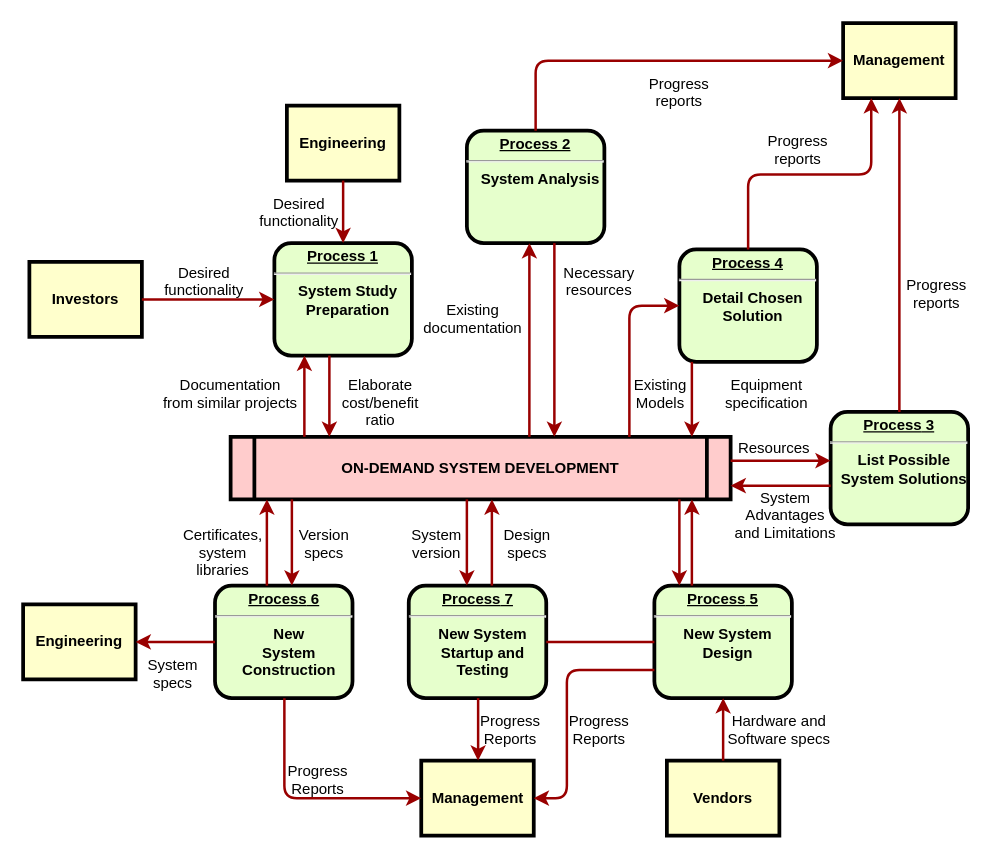
This is Untitled Diagram.drawio from vk567/vk567, a draw.io file, before an edit. Source tidied: cells renumbered, new cells numbered last; positions are measured from the earlier drawing's top-left corner, leaving out a move shared by most shapes. Both pictures are drawn from the tidied source at 125%, with x=0, y=0 at pixel (22, 22).
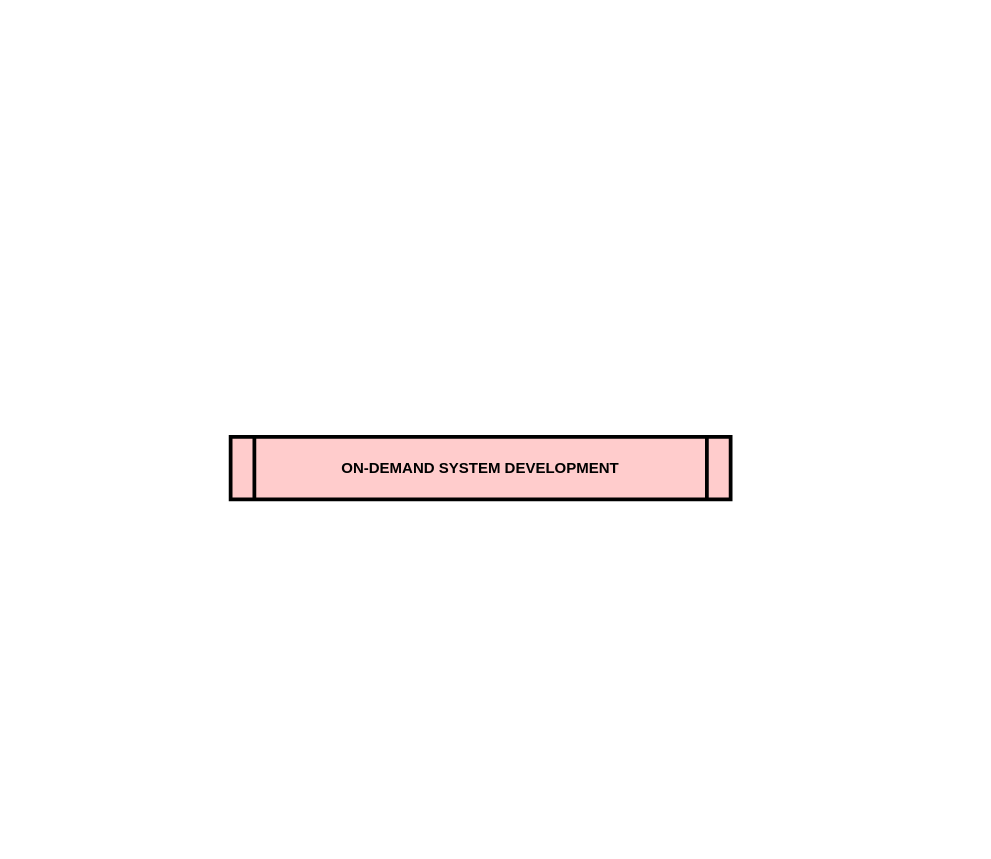
After the change.

Unchanged cells that the change refers to:
```xml
<mxCell id="5" value="ON-DEMAND SYSTEM DEVELOPMENT" style="shape=process;whiteSpace=wrap;align=center;verticalAlign=middle;size=0.0475;fontStyle=1;strokeWidth=3;fillColor=#FFCCCC;" parent="1" vertex="1">
  <mxGeometry x="166" y="331" width="400" height="50" as="geometry" />
</mxCell>
```

The edit, as a diff of the source:
```diff
@@
-    <mxCell id="2" value="&lt;p style=&quot;margin: 0px; margin-top: 4px; text-align: center; text-decoration: underline;&quot;&gt;&lt;strong&gt;Process 1&lt;br /&gt;&lt;/strong&gt;&lt;/p&gt;&lt;hr /&gt;&lt;p style=&quot;margin: 0px; margin-left: 8px;&quot;&gt;System Study&lt;/p&gt;&lt;p style=&quot;margin: 0px; margin-left: 8px;&quot;&gt;Preparation&lt;/p&gt;" style="verticalAlign=middle;align=center;overflow=fill;fontSize=12;fontFamily=Helvetica;html=1;rounded=1;fontStyle=1;strokeWidth=3;fillColor=#E6FFCC;" parent="1" vertex="1">
-      <mxGeometry x="201" y="176" width="110" height="90" as="geometry" />
-    </mxCell>
-    <mxCell id="3" value="Engineering" style="whiteSpace=wrap;align=center;verticalAlign=middle;fontStyle=1;strokeWidth=3;fillColor=#FFFFCC;" parent="1" vertex="1">
-      <mxGeometry x="211" y="66" width="90" height="60" as="geometry" />
-    </mxCell>
-    <mxCell id="4" value="Investors" style="whiteSpace=wrap;align=center;verticalAlign=middle;fontStyle=1;strokeWidth=3;fillColor=#FFFFCC;" parent="1" vertex="1">
-      <mxGeometry x="5" y="191" width="90" height="60" as="geometry" />
-    </mxCell>
@@
-    <mxCell id="6" value="&lt;p style=&quot;margin: 0px; margin-top: 4px; text-align: center; text-decoration: underline;&quot;&gt;&lt;strong&gt;Process 2&lt;br /&gt;&lt;/strong&gt;&lt;/p&gt;&lt;hr /&gt;&lt;p style=&quot;margin: 0px; margin-left: 8px;&quot;&gt;System Analysis&lt;/p&gt;" style="verticalAlign=middle;align=center;overflow=fill;fontSize=12;fontFamily=Helvetica;html=1;rounded=1;fontStyle=1;strokeWidth=3;fillColor=#E6FFCC;" parent="1" vertex="1">
-      <mxGeometry x="355" y="86" width="110" height="90" as="geometry" />
-    </mxCell>
-    <mxCell id="7" value="&lt;p style=&quot;margin: 0px; margin-top: 4px; text-align: center; text-decoration: underline;&quot;&gt;&lt;strong&gt;&lt;strong&gt;Process&lt;/strong&gt; 3&lt;br /&gt;&lt;/strong&gt;&lt;/p&gt;&lt;hr /&gt;&lt;p style=&quot;margin: 0px; margin-left: 8px;&quot;&gt;List Possible&lt;/p&gt;&lt;p style=&quot;margin: 0px; margin-left: 8px;&quot;&gt;System Solutions&lt;/p&gt;" style="verticalAlign=middle;align=center;overflow=fill;fontSize=12;fontFamily=Helvetica;html=1;rounded=1;fontStyle=1;strokeWidth=3;fillColor=#E6FFCC;" parent="1" vertex="1">
-      <mxGeometry x="646" y="311" width="110" height="90" as="geometry" />
-    </mxCell>
-    <mxCell id="8" value="&lt;p style=&quot;margin: 0px; margin-top: 4px; text-align: center; text-decoration: underline;&quot;&gt;&lt;strong&gt;&lt;strong&gt;Process&lt;/strong&gt; 4&lt;br /&gt;&lt;/strong&gt;&lt;/p&gt;&lt;hr /&gt;&lt;p style=&quot;margin: 0px; margin-left: 8px;&quot;&gt;Detail Chosen&lt;/p&gt;&lt;p style=&quot;margin: 0px; margin-left: 8px;&quot;&gt;Solution&lt;/p&gt;" style="verticalAlign=middle;align=center;overflow=fill;fontSize=12;fontFamily=Helvetica;html=1;rounded=1;fontStyle=1;strokeWidth=3;fillColor=#E6FFCC;" parent="1" vertex="1">
-      <mxGeometry x="525" y="181" width="110" height="90" as="geometry" />
-    </mxCell>
-    <mxCell id="9" value="&lt;p style=&quot;margin: 0px; margin-top: 4px; text-align: center; text-decoration: underline;&quot;&gt;&lt;strong&gt;&lt;strong&gt;Process&lt;/strong&gt; 5&lt;br /&gt;&lt;/strong&gt;&lt;/p&gt;&lt;hr /&gt;&lt;p style=&quot;margin: 0px; margin-left: 8px;&quot;&gt;New System&lt;/p&gt;&lt;p style=&quot;margin: 0px; margin-left: 8px;&quot;&gt;Design&lt;/p&gt;" style="verticalAlign=middle;align=center;overflow=fill;fontSize=12;fontFamily=Helvetica;html=1;rounded=1;fontStyle=1;strokeWidth=3;fillColor=#E6FFCC;" parent="1" vertex="1">
-      <mxGeometry x="505" y="450" width="110" height="90" as="geometry" />
-    </mxCell>
-    <mxCell id="10" value="&lt;p style=&quot;margin: 0px; margin-top: 4px; text-align: center; text-decoration: underline;&quot;&gt;&lt;strong&gt;&lt;strong&gt;Process&lt;/strong&gt; 6&lt;br /&gt;&lt;/strong&gt;&lt;/p&gt;&lt;hr /&gt;&lt;p style=&quot;margin: 0px; margin-left: 8px;&quot;&gt;New&lt;/p&gt;&lt;p style=&quot;margin: 0px; margin-left: 8px;&quot;&gt;System&lt;/p&gt;&lt;p style=&quot;margin: 0px; margin-left: 8px;&quot;&gt;Construction&lt;/p&gt;" style="verticalAlign=middle;align=center;overflow=fill;fontSize=12;fontFamily=Helvetica;html=1;rounded=1;fontStyle=1;strokeWidth=3;fillColor=#E6FFCC;" parent="1" vertex="1">
-      <mxGeometry x="153.5" y="450" width="110" height="90" as="geometry" />
-    </mxCell>
-    <mxCell id="11" value="Management" style="whiteSpace=wrap;align=center;verticalAlign=middle;fontStyle=1;strokeWidth=3;fillColor=#FFFFCC;" parent="1" vertex="1">
-      <mxGeometry x="656" width="90" height="60" as="geometry" />
-    </mxCell>
-    <mxCell id="12" value="Management" style="whiteSpace=wrap;align=center;verticalAlign=middle;fontStyle=1;strokeWidth=3;fillColor=#FFFFCC;" parent="1" vertex="1">
-      <mxGeometry x="318.5" y="590" width="90" height="60" as="geometry" />
-    </mxCell>
-    <mxCell id="13" value="Engineering" style="whiteSpace=wrap;align=center;verticalAlign=middle;fontStyle=1;strokeWidth=3;fillColor=#FFFFCC;" parent="1" vertex="1">
-      <mxGeometry y="465" width="90" height="60" as="geometry" />
-    </mxCell>
-    <mxCell id="14" value="Vendors" style="whiteSpace=wrap;align=center;verticalAlign=middle;fontStyle=1;strokeWidth=3;fillColor=#FFFFCC;" parent="1" vertex="1">
-      <mxGeometry x="515" y="590" width="90" height="60" as="geometry" />
-    </mxCell>
-    <mxCell id="15" style="edgeStyle=none;noEdgeStyle=1;strokeColor=#990000;strokeWidth=2;" parent="1" edge="1" source="3" target="2">
-      <mxGeometry relative="1" as="geometry" />
-    </mxCell>
-    <mxCell id="16" style="edgeStyle=none;noEdgeStyle=1;strokeColor=#990000;strokeWidth=2;" parent="1" edge="1" source="4" target="2">
-      <mxGeometry relative="1" as="geometry" />
-    </mxCell>
-    <mxCell id="17" value="&lt;p style=&quot;margin: 0px; margin-top: 4px; text-align: center; text-decoration: underline;&quot;&gt;&lt;strong&gt;&lt;strong&gt;Process&lt;/strong&gt; 7&lt;br /&gt;&lt;/strong&gt;&lt;/p&gt;&lt;hr /&gt;&lt;p style=&quot;margin: 0px; margin-left: 8px;&quot;&gt;New System&lt;/p&gt;&lt;p style=&quot;margin: 0px; margin-left: 8px;&quot;&gt;Startup and&lt;/p&gt;&lt;p style=&quot;margin: 0px; margin-left: 8px;&quot;&gt;Testing&lt;/p&gt;" style="verticalAlign=middle;align=center;overflow=fill;fontSize=12;fontFamily=Helvetica;html=1;rounded=1;fontStyle=1;strokeWidth=3;fillColor=#E6FFCC;" parent="1" vertex="1">
-      <mxGeometry x="308.5" y="450" width="110" height="90" as="geometry" />
-    </mxCell>
-    <mxCell id="18" style="endArrow=none;noEdgeStyle=1;strokeColor=#990000;strokeWidth=2;" parent="1" edge="1" source="9" target="17">
-      <mxGeometry relative="1" as="geometry" />
-    </mxCell>
-    <mxCell id="19" value="Desired &#10;functionality" style="text;spacingTop=-5;align=center;" parent="1" vertex="1">
-      <mxGeometry x="130" y="191" width="30" height="20" as="geometry" />
-    </mxCell>
-    <mxCell id="20" value="Desired &#10;functionality" style="text;spacingTop=-5;align=center;" parent="1" vertex="1">
-      <mxGeometry x="206" y="136" width="30" height="20" as="geometry" />
-    </mxCell>
-    <mxCell id="21" value="Documentation&#10;from similar projects" style="text;spacingTop=-5;align=center;" parent="1" vertex="1">
-      <mxGeometry x="151" y="281" width="30" height="20" as="geometry" />
-    </mxCell>
-    <mxCell id="22" style="edgeStyle=elbowEdgeStyle;elbow=horizontal;strokeColor=#990000;strokeWidth=2;" parent="1" edge="1" source="5" target="2">
-      <mxGeometry relative="1" as="geometry">
-        <Array as="points">
-          <mxPoint x="225" y="310" />
-        </Array>
-      </mxGeometry>
-    </mxCell>
-    <mxCell id="23" style="edgeStyle=elbowEdgeStyle;elbow=horizontal;strokeColor=#990000;strokeWidth=2;" parent="1" edge="1" source="2" target="5">
-      <mxGeometry relative="1" as="geometry">
-        <Array as="points">
-          <mxPoint x="245" y="300" />
-        </Array>
-      </mxGeometry>
-    </mxCell>
-    <mxCell id="24" value="Elaborate&#10;cost/benefit&#10;ratio" style="text;spacingTop=-5;align=center;" parent="1" vertex="1">
-      <mxGeometry x="271" y="281" width="30" height="20" as="geometry" />
-    </mxCell>
-    <mxCell id="25" style="edgeStyle=elbowEdgeStyle;elbow=horizontal;strokeColor=#990000;strokeWidth=2;" parent="1" edge="1" source="5" target="6">
-      <mxGeometry relative="1" as="geometry">
-        <Array as="points">
-          <mxPoint x="405" y="250" />
-        </Array>
-      </mxGeometry>
-    </mxCell>
-    <mxCell id="26" style="edgeStyle=elbowEdgeStyle;elbow=horizontal;strokeColor=#990000;strokeWidth=2;" parent="1" edge="1" source="6" target="5">
-      <mxGeometry relative="1" as="geometry">
-        <Array as="points">
-          <mxPoint x="425" y="260" />
-        </Array>
-      </mxGeometry>
-    </mxCell>
-    <mxCell id="27" value="Existing&#10;documentation" style="text;spacingTop=-5;align=center;" parent="1" vertex="1">
-      <mxGeometry x="345" y="221" width="30" height="20" as="geometry" />
-    </mxCell>
-    <mxCell id="28" value="Necessary&#10;resources" style="text;spacingTop=-5;align=center;" parent="1" vertex="1">
-      <mxGeometry x="446" y="191" width="30" height="20" as="geometry" />
-    </mxCell>
-    <mxCell id="29" value="Progress&#10;reports" style="text;spacingTop=-5;align=center;" parent="1" vertex="1">
-      <mxGeometry x="510" y="40" width="30" height="20" as="geometry" />
-    </mxCell>
-    <mxCell id="30" value="Progress&#10;reports" style="text;spacingTop=-5;align=center;" parent="1" vertex="1">
-      <mxGeometry x="605" y="86" width="30" height="20" as="geometry" />
-    </mxCell>
-    <mxCell id="31" value="Progress&#10;reports" style="text;spacingTop=-5;align=center;" parent="1" vertex="1">
-      <mxGeometry x="716" y="201" width="30" height="20" as="geometry" />
-    </mxCell>
-    <mxCell id="32" style="edgeStyle=elbowEdgeStyle;elbow=horizontal;strokeColor=#990000;strokeWidth=2;" parent="1" edge="1" source="6" target="11">
-      <mxGeometry relative="1" as="geometry">
-        <Array as="points">
-          <mxPoint x="410" y="80" />
-        </Array>
-      </mxGeometry>
-    </mxCell>
-    <mxCell id="33" style="edgeStyle=elbowEdgeStyle;elbow=vertical;entryX=0.25;entryY=1;strokeColor=#990000;strokeWidth=2;" parent="1" edge="1" source="8" target="11">
-      <mxGeometry relative="1" as="geometry" />
-    </mxCell>
-    <mxCell id="34" style="edgeStyle=elbowEdgeStyle;elbow=horizontal;strokeColor=#990000;strokeWidth=2;" parent="1" edge="1" source="7" target="11">
-      <mxGeometry relative="1" as="geometry" />
-    </mxCell>
-    <mxCell id="35" style="edgeStyle=elbowEdgeStyle;elbow=horizontal;strokeColor=#990000;strokeWidth=2;" parent="1" edge="1" source="8" target="5">
-      <mxGeometry relative="1" as="geometry">
-        <Array as="points">
-          <mxPoint x="535" y="300" />
-        </Array>
-      </mxGeometry>
-    </mxCell>
-    <mxCell id="36" style="edgeStyle=segmentEdgeStyle;strokeColor=#990000;strokeWidth=2;" parent="1" edge="1" source="5" target="8">
-      <mxGeometry relative="1" as="geometry">
-        <Array as="points">
-          <mxPoint x="485" y="226" />
-        </Array>
-      </mxGeometry>
-    </mxCell>
-    <mxCell id="37" value="Existing&#10;Models" style="text;spacingTop=-5;align=center;" parent="1" vertex="1">
-      <mxGeometry x="495" y="281" width="30" height="20" as="geometry" />
-    </mxCell>
-    <mxCell id="38" value="Equipment&#10;specification" style="text;spacingTop=-5;align=center;" parent="1" vertex="1">
-      <mxGeometry x="580" y="281" width="30" height="20" as="geometry" />
-    </mxCell>
-    <mxCell id="39" style="edgeStyle=elbowEdgeStyle;elbow=vertical;strokeColor=#990000;strokeWidth=2;" parent="1" edge="1" source="5" target="7">
-      <mxGeometry relative="1" as="geometry">
-        <Array as="points">
-          <mxPoint x="615" y="350" />
-        </Array>
-      </mxGeometry>
-    </mxCell>
-    <mxCell id="40" style="edgeStyle=elbowEdgeStyle;elbow=vertical;strokeColor=#990000;strokeWidth=2;" parent="1" edge="1" source="7" target="5">
-      <mxGeometry relative="1" as="geometry">
-        <Array as="points">
-          <mxPoint x="615" y="370" />
-        </Array>
-      </mxGeometry>
-    </mxCell>
-    <mxCell id="41" value="Resources" style="text;spacingTop=-5;align=center;" parent="1" vertex="1">
-      <mxGeometry x="586" y="331" width="30" height="20" as="geometry" />
-    </mxCell>
-    <mxCell id="42" value="System &#10;Advantages &#10;and Limitations" style="text;spacingTop=-5;align=center;" parent="1" vertex="1">
-      <mxGeometry x="595" y="371" width="30" height="20" as="geometry" />
-    </mxCell>
-    <mxCell id="43" style="edgeStyle=elbowEdgeStyle;elbow=horizontal;strokeColor=#990000;strokeWidth=2;" parent="1" edge="1" source="9" target="5">
-      <mxGeometry relative="1" as="geometry">
-        <Array as="points">
-          <mxPoint x="535" y="410" />
-        </Array>
-      </mxGeometry>
-    </mxCell>
-    <mxCell id="44" style="edgeStyle=elbowEdgeStyle;elbow=horizontal;strokeColor=#990000;strokeWidth=2;" parent="1" edge="1" source="5" target="9">
-      <mxGeometry relative="1" as="geometry">
-        <Array as="points">
-          <mxPoint x="525" y="420" />
-        </Array>
-      </mxGeometry>
-    </mxCell>
-    <mxCell id="45" style="edgeStyle=elbowEdgeStyle;elbow=horizontal;strokeColor=#990000;strokeWidth=2;" parent="1" edge="1" source="14" target="9">
-      <mxGeometry relative="1" as="geometry" />
-    </mxCell>
-    <mxCell id="46" value="Hardware and&#10;Software specs" style="text;spacingTop=-5;align=center;" parent="1" vertex="1">
-      <mxGeometry x="590" y="550" width="30" height="20" as="geometry" />
-    </mxCell>
-    <mxCell id="47" style="edgeStyle=elbowEdgeStyle;elbow=horizontal;exitX=0;exitY=0.75;strokeColor=#990000;strokeWidth=2;" parent="1" edge="1" source="9" target="12">
-      <mxGeometry relative="1" as="geometry">
-        <Array as="points">
-          <mxPoint x="435" y="570" />
-        </Array>
-      </mxGeometry>
-    </mxCell>
-    <mxCell id="48" value="Progress&#10;Reports" style="text;spacingTop=-5;align=center;" parent="1" vertex="1">
-      <mxGeometry x="446" y="550" width="30" height="20" as="geometry" />
-    </mxCell>
-    <mxCell id="49" style="edgeStyle=elbowEdgeStyle;elbow=horizontal;strokeColor=#990000;strokeWidth=2;" parent="1" edge="1" source="17" target="12">
-      <mxGeometry relative="1" as="geometry" />
-    </mxCell>
-    <mxCell id="50" value="Progress&#10;Reports" style="text;spacingTop=-5;align=center;" parent="1" vertex="1">
-      <mxGeometry x="375" y="550" width="30" height="20" as="geometry" />
-    </mxCell>
-    <mxCell id="51" style="edgeStyle=elbowEdgeStyle;elbow=horizontal;strokeColor=#990000;strokeWidth=2;" parent="1" edge="1" source="10" target="12">
-      <mxGeometry relative="1" as="geometry">
-        <Array as="points">
-          <mxPoint x="209" y="570" />
-        </Array>
-      </mxGeometry>
-    </mxCell>
-    <mxCell id="52" value="Progress&#10;Reports" style="text;spacingTop=-5;align=center;" parent="1" vertex="1">
-      <mxGeometry x="221" y="590" width="30" height="20" as="geometry" />
-    </mxCell>
-    <mxCell id="53" style="edgeStyle=elbowEdgeStyle;elbow=vertical;strokeColor=#990000;strokeWidth=2;" parent="1" edge="1" source="10" target="13">
-      <mxGeometry relative="1" as="geometry" />
-    </mxCell>
-    <mxCell id="54" style="edgeStyle=elbowEdgeStyle;elbow=horizontal;strokeColor=#990000;strokeWidth=2;" parent="1" edge="1" source="5" target="17">
-      <mxGeometry relative="1" as="geometry">
-        <Array as="points">
-          <mxPoint x="355" y="410" />
-        </Array>
-      </mxGeometry>
-    </mxCell>
-    <mxCell id="55" style="edgeStyle=elbowEdgeStyle;elbow=horizontal;strokeColor=#990000;strokeWidth=2;" parent="1" edge="1" source="17" target="5">
-      <mxGeometry relative="1" as="geometry">
-        <Array as="points">
-          <mxPoint x="375" y="410" />
-        </Array>
-      </mxGeometry>
-    </mxCell>
-    <mxCell id="56" value="Version&#10;specs" style="text;spacingTop=-5;align=center;" parent="1" vertex="1">
-      <mxGeometry x="226" y="401" width="30" height="20" as="geometry" />
-    </mxCell>
-    <mxCell id="57" value="Certificates,&#10;system&#10;libraries" style="text;spacingTop=-5;align=center;" parent="1" vertex="1">
-      <mxGeometry x="145" y="401" width="30" height="20" as="geometry" />
-    </mxCell>
-    <mxCell id="58" style="edgeStyle=elbowEdgeStyle;elbow=horizontal;strokeColor=#990000;strokeWidth=2;" parent="1" edge="1" source="5" target="10">
-      <mxGeometry relative="1" as="geometry">
-        <Array as="points">
-          <mxPoint x="215" y="410" />
-        </Array>
-      </mxGeometry>
-    </mxCell>
-    <mxCell id="59" style="edgeStyle=elbowEdgeStyle;elbow=horizontal;strokeColor=#990000;strokeWidth=2;" parent="1" edge="1" source="10" target="5">
-      <mxGeometry relative="1" as="geometry">
-        <Array as="points">
-          <mxPoint x="195" y="410" />
-        </Array>
-      </mxGeometry>
-    </mxCell>
-    <mxCell id="60" value="System&#10;specs" style="text;spacingTop=-5;align=center;" parent="1" vertex="1">
-      <mxGeometry x="105" y="505" width="30" height="20" as="geometry" />
-    </mxCell>
-    <mxCell id="61" value="Design&#10;specs" style="text;spacingTop=-5;align=center;" parent="1" vertex="1">
-      <mxGeometry x="388.5" y="401" width="30" height="20" as="geometry" />
-    </mxCell>
-    <mxCell id="62" value="System&#10;version" style="text;spacingTop=-5;align=center;" parent="1" vertex="1">
-      <mxGeometry x="316" y="401" width="30" height="20" as="geometry" />
-    </mxCell>
```
